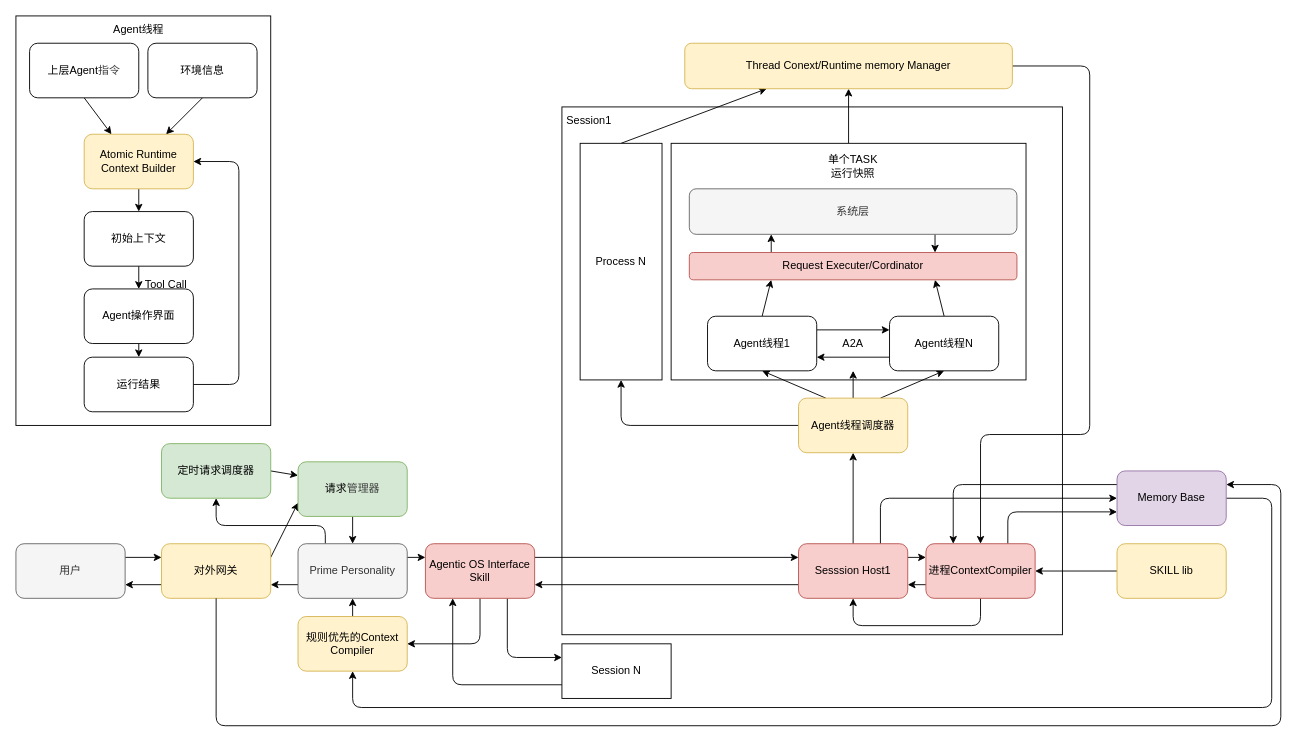
Before: schema/schema.drawio in eziothean-git/proclaw-agent-kernel, a draw.io diagram. Source tidied: cells renumbered, new cells numbered last; positions are measured from the earlier drawing's top-left corner, leaving out a move shared by most shapes. Both pictures are drawn from the tidied source at 91%, with x=0, y=0 at pixel (15, 15).
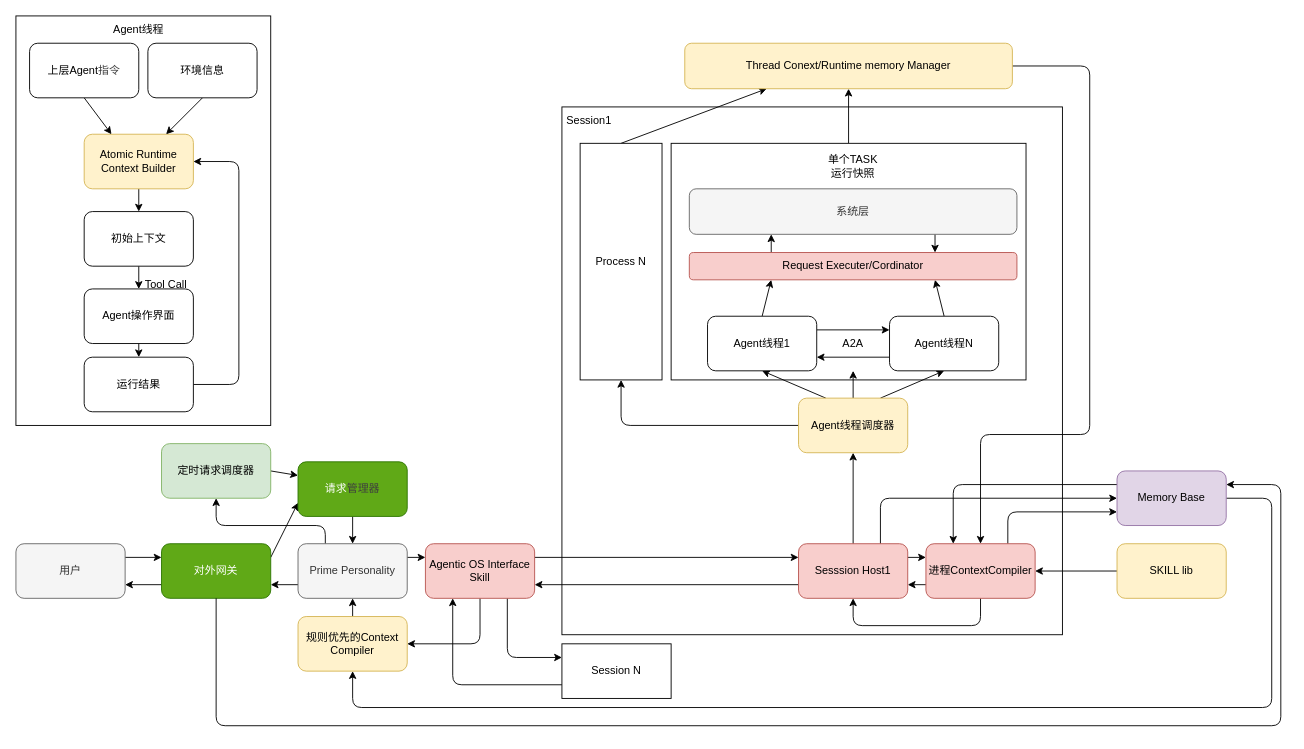
The same page after the edit.

Diff of the diagram source:
```diff
@@
-    <mxCell id="59" value="对外网关" style="rounded=1;whiteSpace=wrap;html=1;fillColor=#fff2cc;strokeColor=#d6b656;" parent="1" vertex="1">
+    <mxCell id="59" value="对外网关" style="rounded=1;whiteSpace=wrap;html=1;fillColor=#60a917;strokeColor=#2D7600;fontColor=#ffffff;" parent="1" vertex="1">
       <mxGeometry x="160" y="580" width="120" height="60" as="geometry" />
     </mxCell>
@@
-    <mxCell id="63" value="请求&lt;span style=&quot;background-color: transparent; color: rgb(63, 63, 63);&quot;&gt;管理器&lt;/span&gt;" style="rounded=1;whiteSpace=wrap;html=1;fillColor=#d5e8d4;strokeColor=#82b366;" parent="1" vertex="1">
+    <mxCell id="63" value="请求&lt;span style=&quot;background-color: transparent; color: rgb(63, 63, 63);&quot;&gt;管理器&lt;/span&gt;" style="rounded=1;whiteSpace=wrap;html=1;fillColor=#60a917;strokeColor=#2D7600;fontColor=#ffffff;" parent="1" vertex="1">
       <mxGeometry x="310" y="490" width="120" height="60" as="geometry" />
     </mxCell>
```
